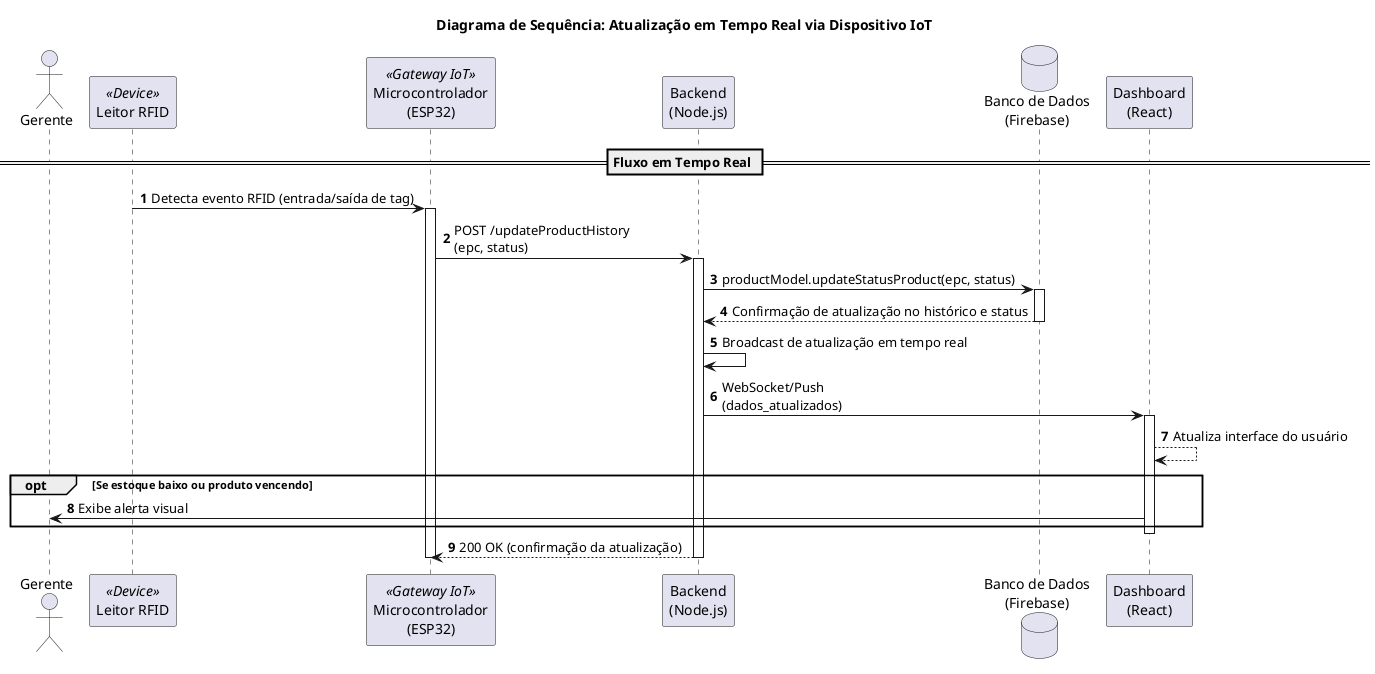
Above: UMLs/Sequencia/Detecção e Gerenciamento de Alteração de Estoque/v2/detecção_e_gerenciamento_de_alteração_de_estoque v2.png in Harthuz/TCC-RFID (PlantUML), before the change. Source of this version:
```plantuml
@startuml
title Diagrama de Sequência: Atualização em Tempo Real via Dispositivo IoT

autonumber

actor "Gerente" as Gerente
participant "Leitor RFID" as RFID <<Device>>
participant "Microcontrolador\n(ESP32)" as ESP32 <<Gateway IoT>>
participant "Backend\n(Node.js)" as Backend
database "Banco de Dados\n(Firebase)" as BD
participant "Dashboard\n(React)" as Dashboard

== Fluxo em Tempo Real ==

RFID -> ESP32: Detecta evento RFID (entrada/saída de tag)
activate ESP32

ESP32 -> Backend: POST /updateProductHistory\n(epc, status)
activate Backend

Backend -> BD: productModel.updateStatusProduct(epc, status)
activate BD
BD --> Backend: Confirmação de atualização no histórico e status
deactivate BD

Backend -> Backend: Broadcast de atualização em tempo real
Backend -> Dashboard: WebSocket/Push\n(dados_atualizados)
activate Dashboard
Dashboard --> Dashboard: Atualiza interface do usuário

opt Se estoque baixo ou produto vencendo
    Dashboard -> Gerente: Exibe alerta visual
end

deactivate Dashboard
Backend --> ESP32: 200 OK (confirmação da atualização)
deactivate Backend
deactivate ESP32

@enduml
```
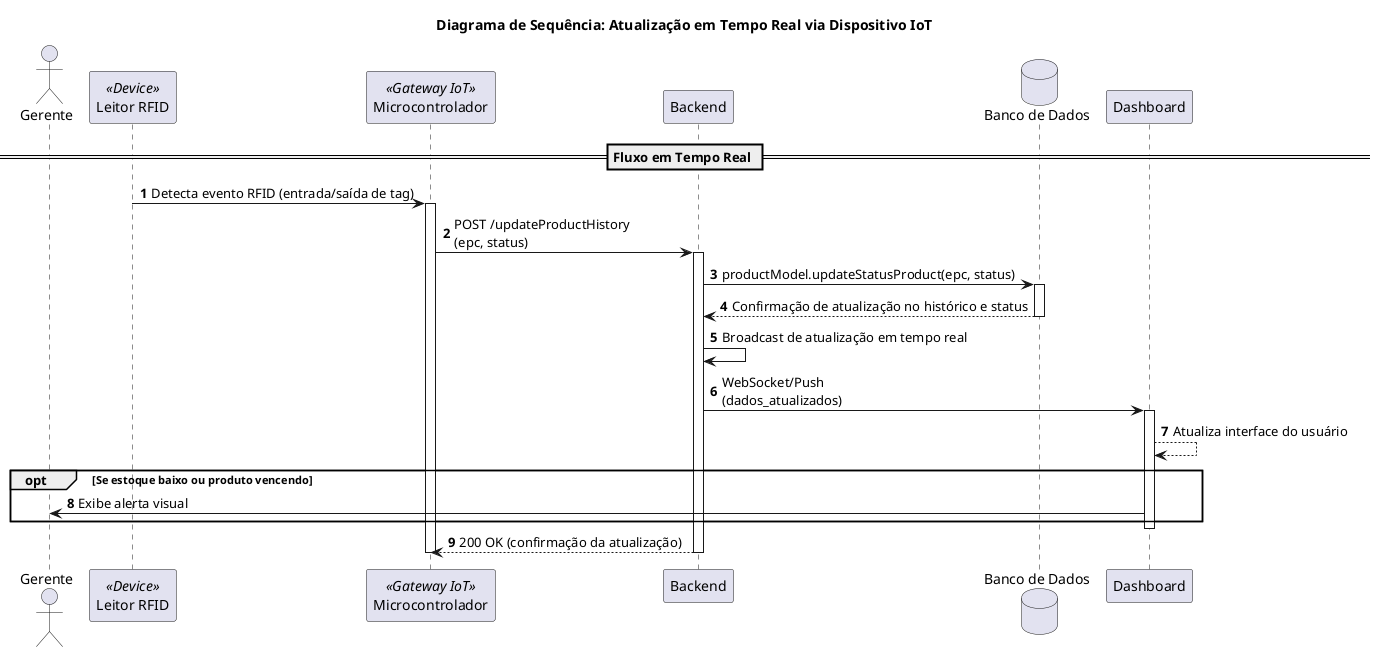
The same diagram one commit later.

What changed in the source:
```diff
@@ -5,10 +5,10 @@
 
 actor "Gerente" as Gerente
 participant "Leitor RFID" as RFID <<Device>>
-participant "Microcontrolador\n(ESP32)" as ESP32 <<Gateway IoT>>
-participant "Backend\n(Node.js)" as Backend
-database "Banco de Dados\n(Firebase)" as BD
-participant "Dashboard\n(React)" as Dashboard
+participant "Microcontrolador" as ESP32 <<Gateway IoT>>
+participant "Backend" as Backend
+database "Banco de Dados" as BD
+participant "Dashboard" as Dashboard
 
 == Fluxo em Tempo Real ==
 
```
